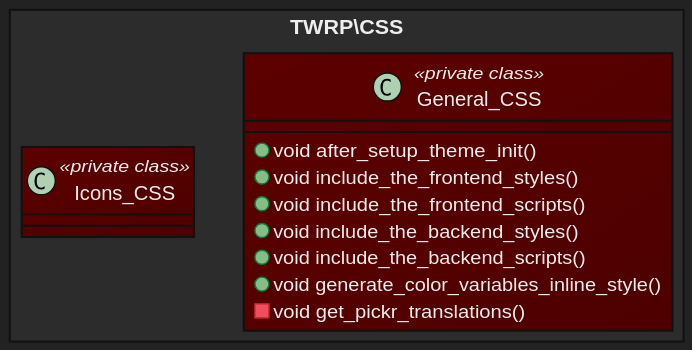
Earlier version of the PlantUML export puml/CSS.svg (9brada6/tabs-with-posts).
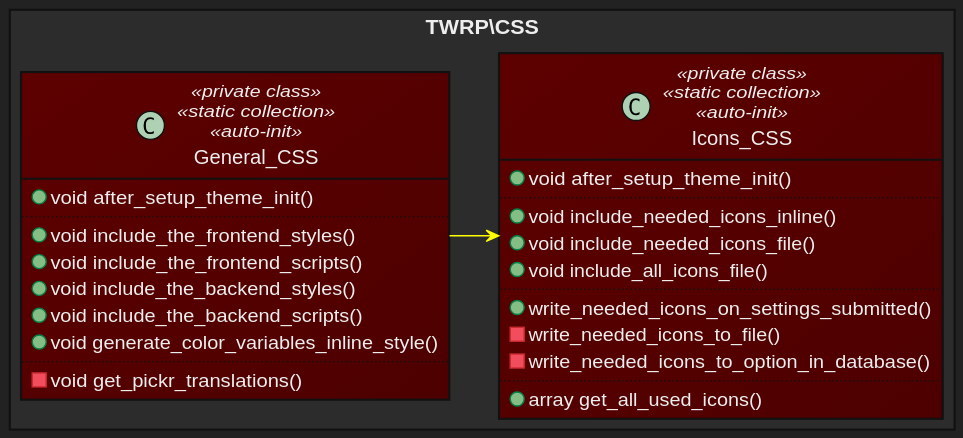
After the change.

What changed in the source:
```diff
@@ -39,15 +39,32 @@
 
 
 namespace TWRP\\CSS {
-	class General_CSS <<private class>> {
+	class General_CSS <<private class>> <<static collection>> <<auto-init>> {
 		+ void after_setup_theme_init()
+		..
 		+ void include_the_frontend_styles()
 		+ void include_the_frontend_scripts()
 		+ void include_the_backend_styles()
 		+ void include_the_backend_scripts()
 		+ void generate_color_variables_inline_style()
+		..
 		- void get_pickr_translations()
 	}
-	class Icons_CSS <<private class>> {}
+
+	class Icons_CSS <<private class>> <<static collection>> <<auto-init>> {
+		+ void after_setup_theme_init()
+		..
+		+ void include_needed_icons_inline()
+		+ void include_needed_icons_file()
+		+ void include_all_icons_file()
+		..
+		+ write_needed_icons_on_settings_submitted()
+		- write_needed_icons_to_file()
+		- write_needed_icons_to_option_in_database()
+		..
+		+ array get_all_used_icons()
+	}
+
+	General_CSS -> Icons_CSS
 }
 @enduml
```
